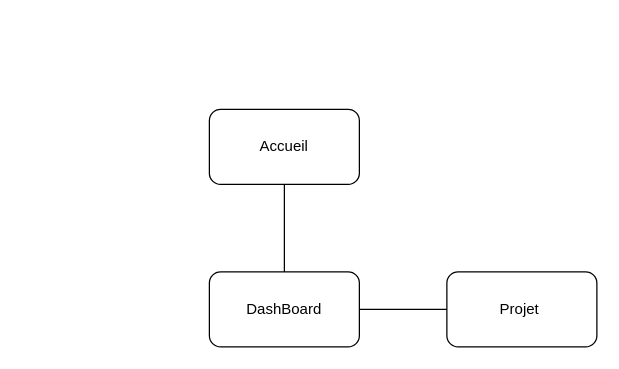
Above: Copie de Arborescence.drawio in Lazarella/FilRouge- (draw.io), before the change. Source tidied: cells renumbered, new cells numbered last; positions are measured from the earlier drawing's top-left corner, leaving out a move shared by most shapes. Both pictures are drawn from the tidied source at 125%, with x=0, y=0 at pixel (209, 109).
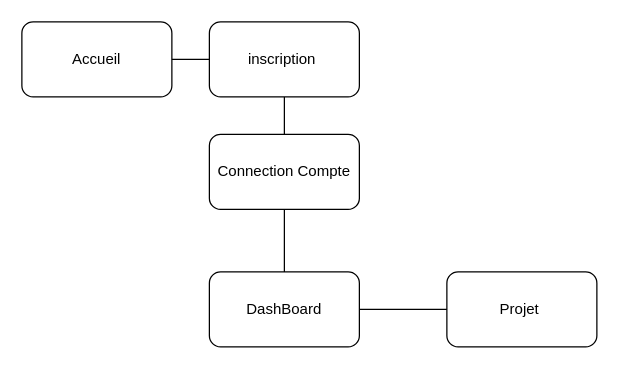
After the change.

Commit message:
Mettre à jour Copie de Arborescence.drawio

What changed in the source:
```diff
@@
 <mxGraphModel>
   <root>
     <mxCell id="0" />
     <mxCell id="1" parent="0" />
     <mxCell id="2" value="DashBoard" style="rounded=1;whiteSpace=wrap;html=1;" parent="1" vertex="1">
       <mxGeometry y="130" width="120" height="60" as="geometry" />
     </mxCell>
-    <mxCell id="3" value="Accueil" style="rounded=1;whiteSpace=wrap;html=1;" parent="1" vertex="1">
-      <mxGeometry width="120" height="60" as="geometry" />
+    <mxCell id="3" value="Connection Compte" style="rounded=1;whiteSpace=wrap;html=1;" parent="1" vertex="1">
+      <mxGeometry y="20" width="120" height="60" as="geometry" />
     </mxCell>
     <mxCell id="4" value="Projet&amp;nbsp;" style="rounded=1;whiteSpace=wrap;html=1;" parent="1" vertex="1">
       <mxGeometry x="190" y="130" width="120" height="60" as="geometry" />
     </mxCell>
-    <mxCell id="5" style="endArrow=none;html=1;rounded=0;entryX=0.5;entryY=1;entryDx=0;entryDy=0;" parent="1" edge="1" target="3">
-      <mxGeometry relative="1" as="geometry">
-        <mxPoint x="60" y="130" as="sourcePoint" />
-      </mxGeometry>
+    <mxCell id="5" style="endArrow=none;html=1;rounded=0;entryX=0.5;entryY=1;entryDx=0;entryDy=0;exitX=0.5;exitY=0;exitDx=0;exitDy=0;" parent="1" edge="1" source="2" target="3">
+      <mxGeometry relative="1" as="geometry" />
     </mxCell>
     <mxCell id="6" style="endArrow=none;html=1;rounded=0;exitX=1;exitY=0.5;exitDx=0;exitDy=0;" parent="1" edge="1" source="2" target="4">
       <mxGeometry relative="1" as="geometry" />
     </mxCell>
+    <mxCell id="7" value="Accueil" style="rounded=1;whiteSpace=wrap;html=1;" parent="1" vertex="1">
+      <mxGeometry x="-150" y="-70" width="120" height="60" as="geometry" />
+    </mxCell>
+    <mxCell id="8" value="inscription&amp;nbsp;" style="rounded=1;whiteSpace=wrap;html=1;" parent="1" vertex="1">
+      <mxGeometry y="-70" width="120" height="60" as="geometry" />
+    </mxCell>
+    <mxCell id="9" style="endArrow=none;html=1;rounded=0;entryX=0;entryY=0.5;entryDx=0;entryDy=0;exitX=1;exitY=0.5;exitDx=0;exitDy=0;" parent="1" edge="1" source="7" target="8">
+      <mxGeometry relative="1" as="geometry" />
+    </mxCell>
+    <mxCell id="10" style="endArrow=none;html=1;rounded=0;entryX=0.5;entryY=1;entryDx=0;entryDy=0;" parent="1" edge="1" target="8">
+      <mxGeometry relative="1" as="geometry">
+        <mxPoint x="60" y="20" as="sourcePoint" />
+      </mxGeometry>
+    </mxCell>
   </root>
 </mxGraphModel>
```
